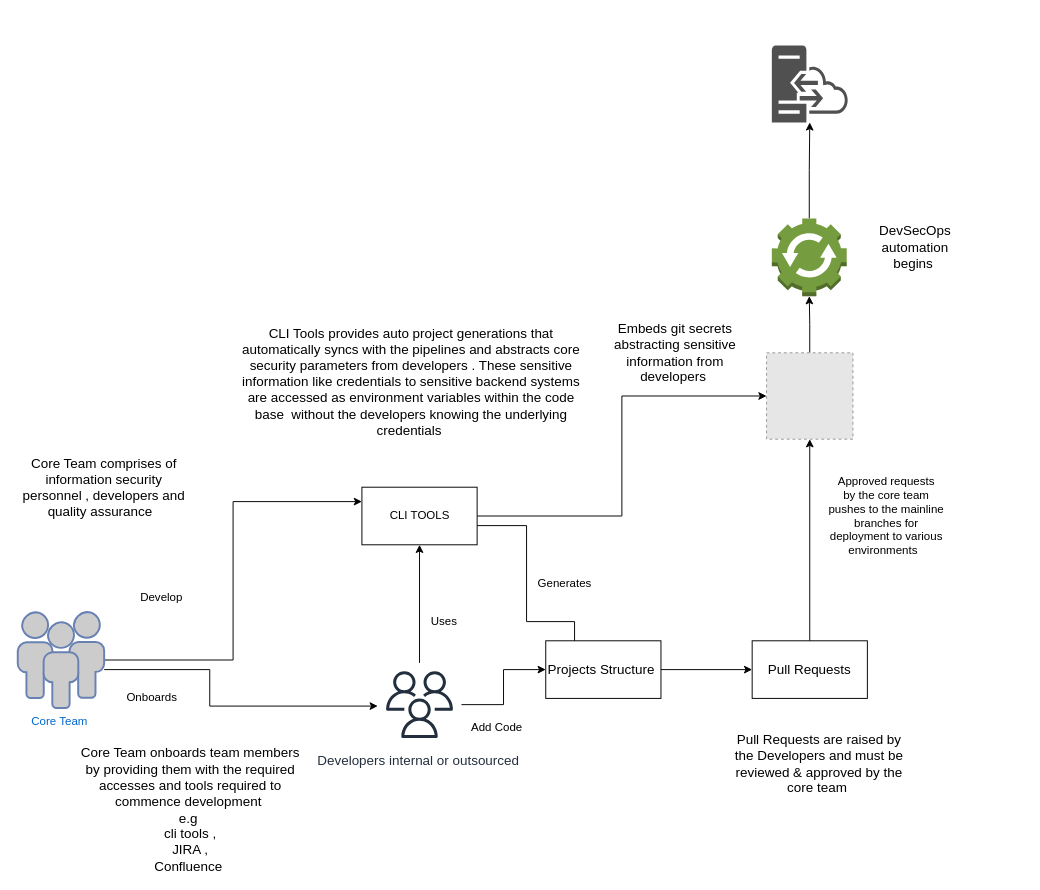
Before: page "Internal process flow" (2 of 2) of icurity.drawio in tyger-rareatom/consulting-architectures, a draw.io diagram. Source tidied: cells renumbered, new cells numbered last; positions are measured from the earlier drawing's top-left corner, leaving out a move shared by most shapes. Both pictures are drawn from the tidied source at 96%, with x=0, y=0 at pixel (17, 45). Pictures stored in the file or linked from it are replaced by grey dashed boxes.
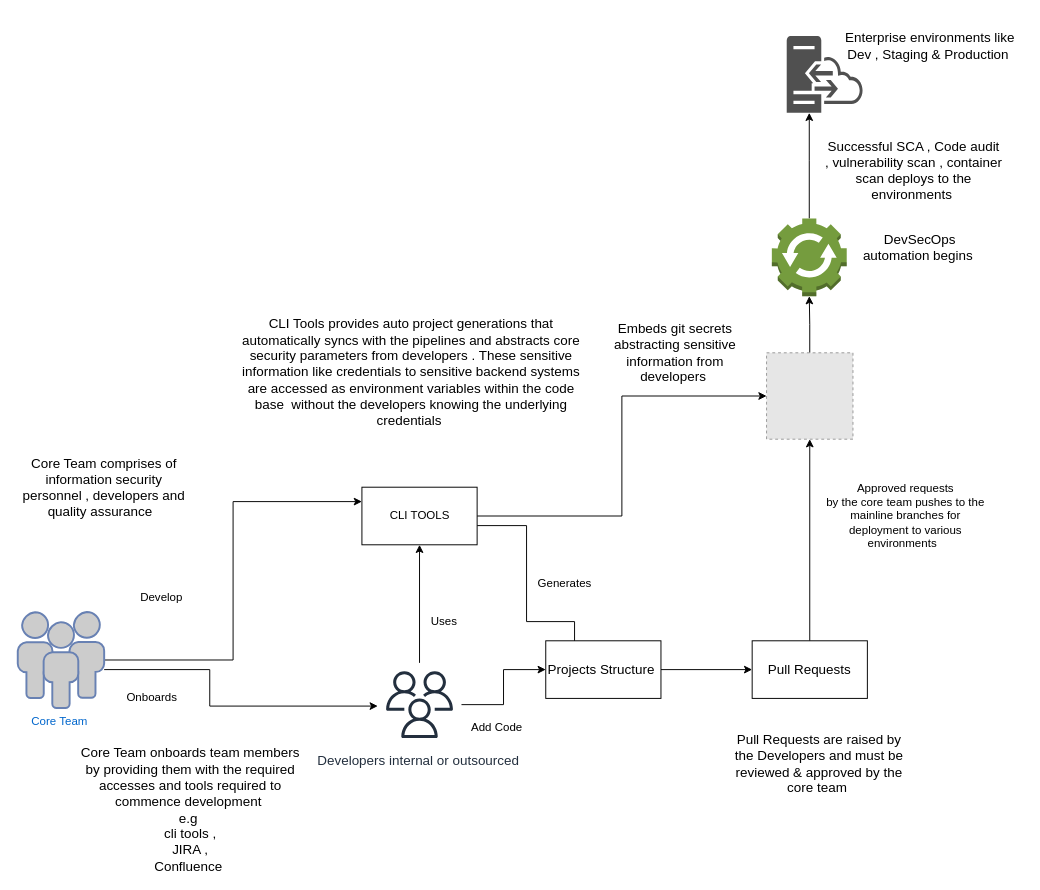
Above is the later version.

Commit message:
dev sec ops automation

Unchanged cells that the change refers to:
```xml
<mxCell id="30" style="outlineConnect=0;dashed=0;verticalLabelPosition=bottom;verticalAlign=top;align=center;html=1;shape=mxgraph.aws3.automation;fillColor=#759C3E;gradientColor=none;" parent="1" vertex="1">
  <mxGeometry x="785.5" y="180" width="78" height="81" as="geometry" />
</mxCell>
```

The edit, as a diff of the source:
```diff
@@
     <mxCell id="15" value="&lt;font style=&quot;font-size: 14px&quot;&gt;CLI Tools provides auto project generations that automatically syncs with the pipelines and abstracts core security parameters from developers . These sensitive information like credentials to sensitive backend systems are accessed as environment variables within the code base&amp;nbsp; without the developers knowing the underlying credentials&amp;nbsp;&lt;/font&gt;" style="text;html=1;strokeColor=none;fillColor=none;align=center;verticalAlign=middle;whiteSpace=wrap;rounded=0;" parent="1" vertex="1">
-      <mxGeometry x="230" y="300" width="360" height="100" as="geometry" />
+      <mxGeometry x="230" y="280" width="360" height="120" as="geometry" />
     </mxCell>
@@
     <mxCell id="27" value="Approved requests&lt;br&gt;by the core team pushes to the mainline branches for deployment to various environments&amp;nbsp;&amp;nbsp;" style="text;html=1;strokeColor=none;fillColor=none;align=center;verticalAlign=middle;whiteSpace=wrap;rounded=0;" parent="1" vertex="1">
-      <mxGeometry x="840" y="435" width="130" height="110" as="geometry" />
+      <mxGeometry x="840" y="435" width="170" height="110" as="geometry" />
     </mxCell>
     <mxCell id="28" style="sketch=0;shadow=0;dashed=0;html=1;strokeColor=none;fillColor=#505050;labelPosition=center;verticalLabelPosition=bottom;verticalAlign=top;outlineConnect=0;align=center;shape=mxgraph.office.servers.hybrid_server;" parent="1" vertex="1">
-      <mxGeometry x="785.5" width="79" height="80" as="geometry" />
+      <mxGeometry x="801" y="-10" width="79" height="80" as="geometry" />
     </mxCell>
     <mxCell id="29" style="edgeStyle=orthogonalEdgeStyle;rounded=0;jettySize=auto;html=1;" parent="1" edge="1" source="30" target="28">
-      <mxGeometry relative="1" as="geometry" />
+      <mxGeometry relative="1" as="geometry">
+        <Array as="points">
+          <mxPoint x="825" y="120" />
+          <mxPoint x="825" y="120" />
+        </Array>
+      </mxGeometry>
     </mxCell>
@@
     <mxCell id="31" value="&lt;font style=&quot;font-size: 14px&quot;&gt;DevSecOps automation begins&amp;nbsp;&lt;/font&gt;" style="text;html=1;strokeColor=none;fillColor=none;align=center;verticalAlign=middle;whiteSpace=wrap;rounded=0;" parent="1" vertex="1">
-      <mxGeometry x="880" y="190" width="110" height="40" as="geometry" />
+      <mxGeometry x="870" y="190" width="140" height="40" as="geometry" />
     </mxCell>
+    <mxCell id="32" value="&lt;font style=&quot;font-size: 14px&quot;&gt;Enterprise environments like Dev , Staging &amp;amp; Production&amp;nbsp;&lt;/font&gt;" style="text;html=1;strokeColor=none;fillColor=none;align=center;verticalAlign=middle;whiteSpace=wrap;rounded=0;" parent="1" vertex="1">
+      <mxGeometry x="852.5" y="-30" width="195" height="60" as="geometry" />
+    </mxCell>
+    <mxCell id="33" value="&lt;font style=&quot;font-size: 14px&quot;&gt;Successful SCA , Code audit , vulnerability scan , container scan deploys to the environments&amp;nbsp;&lt;/font&gt;" style="text;html=1;strokeColor=none;fillColor=none;align=center;verticalAlign=middle;whiteSpace=wrap;rounded=0;" parent="1" vertex="1">
+      <mxGeometry x="840" y="100" width="187" height="60" as="geometry" />
+    </mxCell>
```
